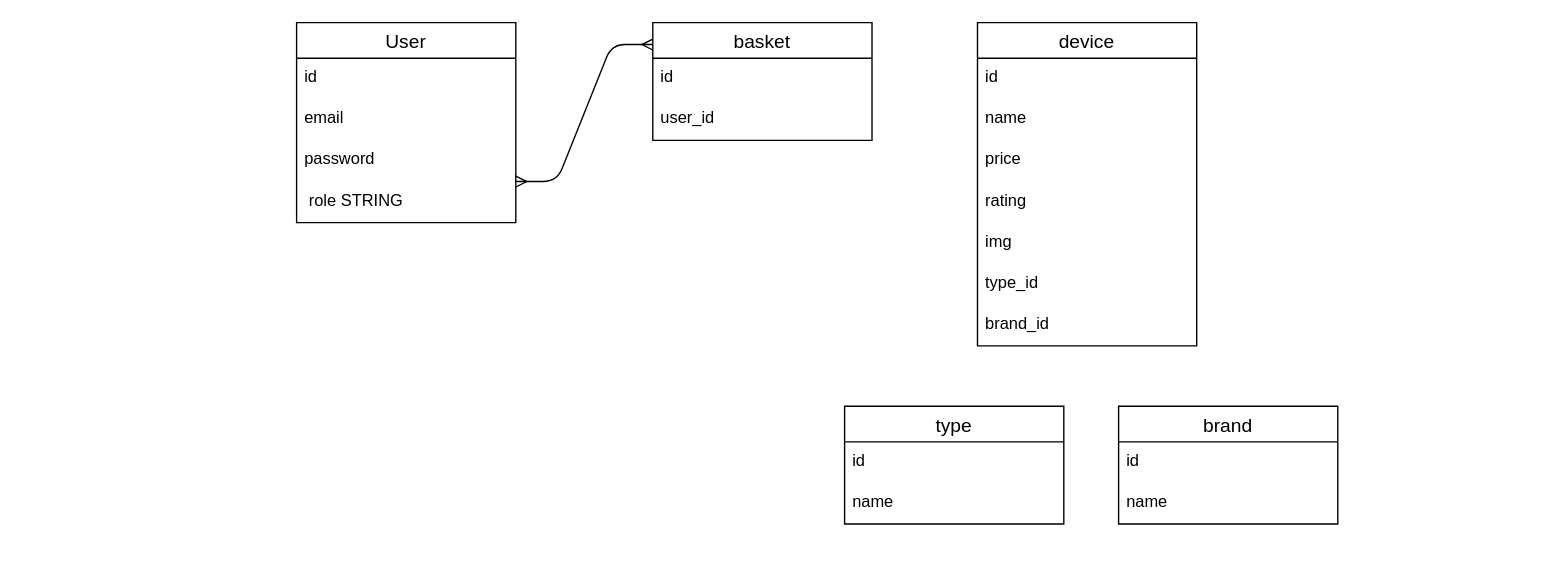
The draw.io diagram server/Untitled Diagram.drawio in scarlatdenis/reactNodeFullstack_internetMagazin, before the edit. Source tidied: cells renumbered, new cells numbered last; positions are measured from the earlier drawing's top-left corner, leaving out a move shared by most shapes. Both pictures are drawn from the tidied source at 137%, with x=0, y=0 at pixel (296, 22).
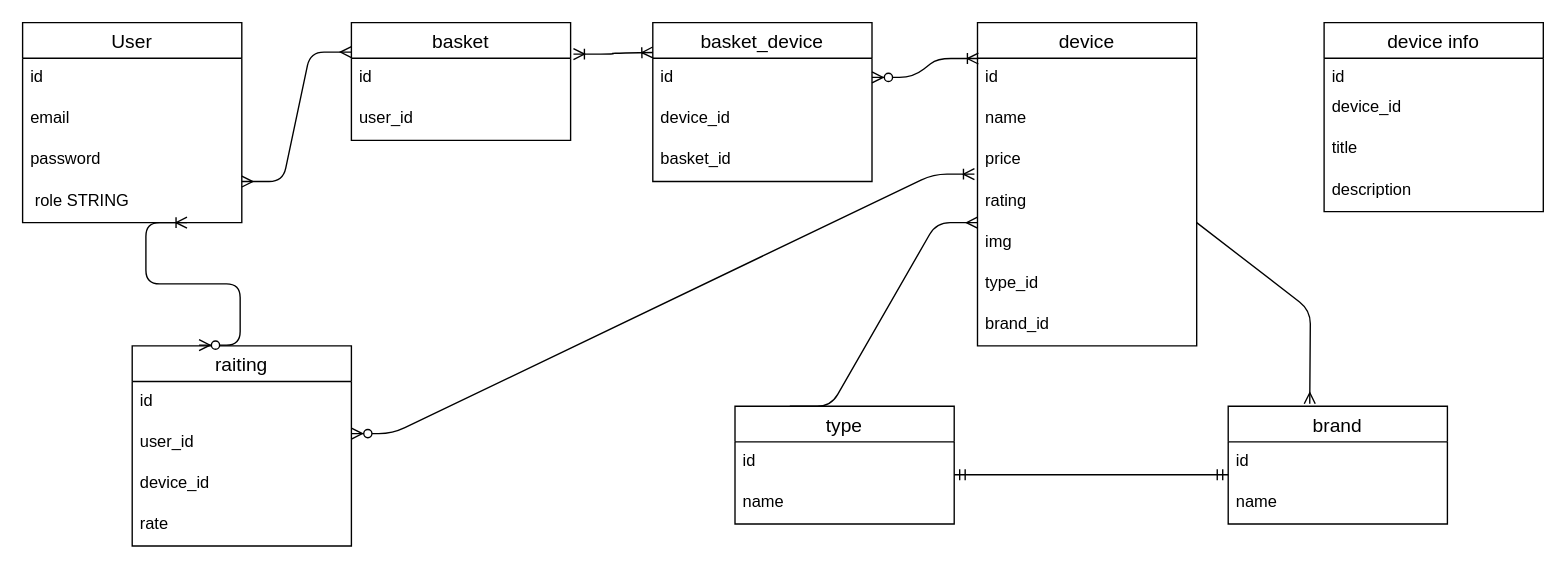
Above is the later version.

Unchanged cells that the change refers to:
```xml
<mxCell id="8" value="id" style="text;strokeColor=none;fillColor=none;spacingLeft=4;spacingRight=4;overflow=hidden;points=[[0,0.5],[1,0.5]];portConstraint=eastwest;fontSize=12;" parent="7" vertex="1">
  <mxGeometry y="26" width="160" height="30" as="geometry" />
</mxCell>
<mxCell id="12" value="id" style="text;strokeColor=none;fillColor=none;spacingLeft=4;spacingRight=4;overflow=hidden;points=[[0,0.5],[1,0.5]];portConstraint=eastwest;fontSize=12;" parent="11" vertex="1">
  <mxGeometry y="26" width="160" height="30" as="geometry" />
</mxCell>
<mxCell id="15" value="rating" style="text;strokeColor=none;fillColor=none;spacingLeft=4;spacingRight=4;overflow=hidden;points=[[0,0.5],[1,0.5]];portConstraint=eastwest;fontSize=12;" parent="11" vertex="1">
  <mxGeometry y="116" width="160" height="30" as="geometry" />
</mxCell>
```

What changed in the source:
```diff
@@
     <mxCell id="2" value="User" style="swimlane;fontStyle=0;horizontal=1;startSize=26;align=center;fontSize=14;" parent="1" vertex="1">
-      <mxGeometry width="160" height="146" as="geometry" />
+      <mxGeometry x="-200" width="160" height="146" as="geometry" />
     </mxCell>
@@
     <mxCell id="7" value="basket" style="swimlane;fontStyle=0;horizontal=1;startSize=26;align=center;fontSize=14;" parent="1" vertex="1">
-      <mxGeometry x="260" width="160" height="86" as="geometry" />
+      <mxGeometry x="40" width="160" height="86" as="geometry" />
     </mxCell>
@@
-    <mxCell id="10" style="edgeStyle=entityRelationEdgeStyle;fontSize=12;html=1;endArrow=ERmany;startArrow=ERmany;" parent="1" edge="1">
+    <mxCell id="10" style="edgeStyle=entityRelationEdgeStyle;fontSize=12;html=1;endArrow=ERmany;startArrow=ERmany;entryX=0;entryY=0.25;entryDx=0;entryDy=0;" parent="1" edge="1" target="7">
       <mxGeometry relative="1" as="geometry">
-        <mxPoint x="160" y="116" as="sourcePoint" />
-        <mxPoint x="260" y="16" as="targetPoint" />
+        <mxPoint x="-40" y="116" as="sourcePoint" />
       </mxGeometry>
     </mxCell>
@@
     <mxCell id="19" value="brand" style="swimlane;fontStyle=0;horizontal=1;startSize=26;align=center;fontSize=14;" parent="1" vertex="1">
-      <mxGeometry x="600" y="280" width="160" height="86" as="geometry" />
+      <mxGeometry x="680" y="280" width="160" height="86" as="geometry" />
     </mxCell>
@@
     <mxCell id="22" value="type" style="swimlane;fontStyle=0;horizontal=1;startSize=26;align=center;fontSize=14;" parent="1" vertex="1">
-      <mxGeometry x="400" y="280" width="160" height="86" as="geometry" />
+      <mxGeometry x="320" y="280" width="160" height="86" as="geometry" />
     </mxCell>
@@
+    <mxCell id="25" style="edgeStyle=entityRelationEdgeStyle;fontSize=12;html=1;endArrow=ERmany;exitX=0.25;exitY=0;exitDx=0;exitDy=0;" parent="1" edge="1" source="22">
+      <mxGeometry relative="1" as="geometry">
+        <mxPoint x="497" y="146" as="targetPoint" />
+      </mxGeometry>
+    </mxCell>
+    <mxCell id="26" style="fontSize=12;html=1;endArrow=ERmany;entryX=0.372;entryY=-0.021;entryDx=0;entryDy=0;entryPerimeter=0;" parent="1" edge="1" target="19">
+      <mxGeometry relative="1" as="geometry">
+        <mxPoint x="657" y="146" as="sourcePoint" />
+        <Array as="points">
+          <mxPoint x="740" y="210" />
+        </Array>
+      </mxGeometry>
+    </mxCell>
+    <mxCell id="27" style="edgeStyle=entityRelationEdgeStyle;fontSize=12;html=1;endArrow=ERmandOne;startArrow=ERmandOne;" parent="1" edge="1">
+      <mxGeometry relative="1" as="geometry">
+        <mxPoint x="480" y="330" as="sourcePoint" />
+        <mxPoint x="680" y="330" as="targetPoint" />
+      </mxGeometry>
+    </mxCell>
+    <mxCell id="28" value="device info" style="swimlane;fontStyle=0;horizontal=1;startSize=26;align=center;fontSize=14;" parent="1" vertex="1">
+      <mxGeometry x="750" width="160" height="138" as="geometry" />
+    </mxCell>
+    <mxCell id="29" value="id" style="text;strokeColor=none;fillColor=none;spacingLeft=4;spacingRight=4;overflow=hidden;fontSize=12;" parent="28" vertex="1">
+      <mxGeometry y="26" width="160" height="22" as="geometry" />
+    </mxCell>
+    <mxCell id="30" value="device_id" style="text;strokeColor=none;fillColor=none;spacingLeft=4;spacingRight=4;overflow=hidden;fontSize=12;" parent="28" vertex="1">
+      <mxGeometry y="48" width="160" height="30" as="geometry" />
+    </mxCell>
+    <mxCell id="31" value="title" style="text;strokeColor=none;fillColor=none;spacingLeft=4;spacingRight=4;overflow=hidden;fontSize=12;" parent="28" vertex="1">
+      <mxGeometry y="78" width="160" height="30" as="geometry" />
+    </mxCell>
+    <mxCell id="32" value="description" style="text;strokeColor=none;fillColor=none;spacingLeft=4;spacingRight=4;overflow=hidden;fontSize=12;" parent="28" vertex="1">
+      <mxGeometry y="108" width="160" height="30" as="geometry" />
+    </mxCell>
+    <mxCell id="33" value="basket_device" style="swimlane;fontStyle=0;horizontal=1;startSize=26;align=center;fontSize=14;" parent="1" vertex="1">
+      <mxGeometry x="260" width="160" height="116" as="geometry" />
+    </mxCell>
+    <mxCell id="34" value="id" style="text;strokeColor=none;fillColor=none;spacingLeft=4;spacingRight=4;overflow=hidden;points=[[0,0.5],[1,0.5]];portConstraint=eastwest;fontSize=12;" parent="33" vertex="1">
+      <mxGeometry y="26" width="160" height="30" as="geometry" />
+    </mxCell>
+    <mxCell id="35" value="device_id" style="text;strokeColor=none;fillColor=none;spacingLeft=4;spacingRight=4;overflow=hidden;fontSize=12;" parent="33" vertex="1">
+      <mxGeometry y="56" width="160" height="30" as="geometry" />
+    </mxCell>
+    <mxCell id="36" value="basket_id" style="text;strokeColor=none;fillColor=none;spacingLeft=4;spacingRight=4;overflow=hidden;fontSize=12;" parent="33" vertex="1">
+      <mxGeometry y="86" width="160" height="30" as="geometry" />
+    </mxCell>
+    <mxCell id="37" style="edgeStyle=entityRelationEdgeStyle;fontSize=12;html=1;endArrow=ERoneToMany;startArrow=ERoneToMany;entryX=0;entryY=-0.14;entryDx=0;entryDy=0;entryPerimeter=0;exitX=1.013;exitY=-0.1;exitDx=0;exitDy=0;exitPerimeter=0;" parent="1" edge="1" source="8" target="34">
+      <mxGeometry relative="1" as="geometry" />
+    </mxCell>
+    <mxCell id="38" style="edgeStyle=entityRelationEdgeStyle;fontSize=12;html=1;endArrow=ERoneToMany;startArrow=ERzeroToMany;entryX=0.004;entryY=0.007;entryDx=0;entryDy=0;entryPerimeter=0;" parent="1" edge="1" target="12">
+      <mxGeometry relative="1" as="geometry">
+        <mxPoint x="420" y="40" as="sourcePoint" />
+      </mxGeometry>
+    </mxCell>
+    <mxCell id="39" value="raiting" style="swimlane;fontStyle=0;horizontal=1;startSize=26;align=center;fontSize=14;" parent="1" vertex="1">
+      <mxGeometry x="-120" y="236" width="160" height="146" as="geometry" />
+    </mxCell>
+    <mxCell id="40" value="id" style="text;strokeColor=none;fillColor=none;spacingLeft=4;spacingRight=4;overflow=hidden;fontSize=12;" parent="39" vertex="1">
+      <mxGeometry y="26" width="160" height="30" as="geometry" />
+    </mxCell>
+    <mxCell id="41" value="user_id" style="text;strokeColor=none;fillColor=none;spacingLeft=4;spacingRight=4;overflow=hidden;fontSize=12;" parent="39" vertex="1">
+      <mxGeometry y="56" width="160" height="30" as="geometry" />
+    </mxCell>
+    <mxCell id="42" value="device_id" style="text;strokeColor=none;fillColor=none;spacingLeft=4;spacingRight=4;overflow=hidden;fontSize=12;" parent="39" vertex="1">
+      <mxGeometry y="86" width="160" height="30" as="geometry" />
+    </mxCell>
+    <mxCell id="43" value="rate" style="text;strokeColor=none;fillColor=none;spacingLeft=4;spacingRight=4;overflow=hidden;fontSize=12;" parent="39" vertex="1">
+      <mxGeometry y="116" width="160" height="30" as="geometry" />
+    </mxCell>
+    <mxCell id="44" style="edgeStyle=entityRelationEdgeStyle;fontSize=12;html=1;endArrow=ERoneToMany;startArrow=ERzeroToMany;exitX=0.305;exitY=-0.004;exitDx=0;exitDy=0;exitPerimeter=0;" parent="1" edge="1" source="39">
+      <mxGeometry relative="1" as="geometry">
+        <mxPoint x="-80" y="146" as="targetPoint" />
+      </mxGeometry>
+    </mxCell>
+    <mxCell id="45" style="edgeStyle=entityRelationEdgeStyle;fontSize=12;html=1;endArrow=ERoneToMany;startArrow=ERzeroToMany;entryX=-0.014;entryY=-0.18;entryDx=0;entryDy=0;entryPerimeter=0;" parent="1" edge="1" target="15">
+      <mxGeometry relative="1" as="geometry">
+        <mxPoint x="40" y="300" as="sourcePoint" />
+      </mxGeometry>
+    </mxCell>
```
